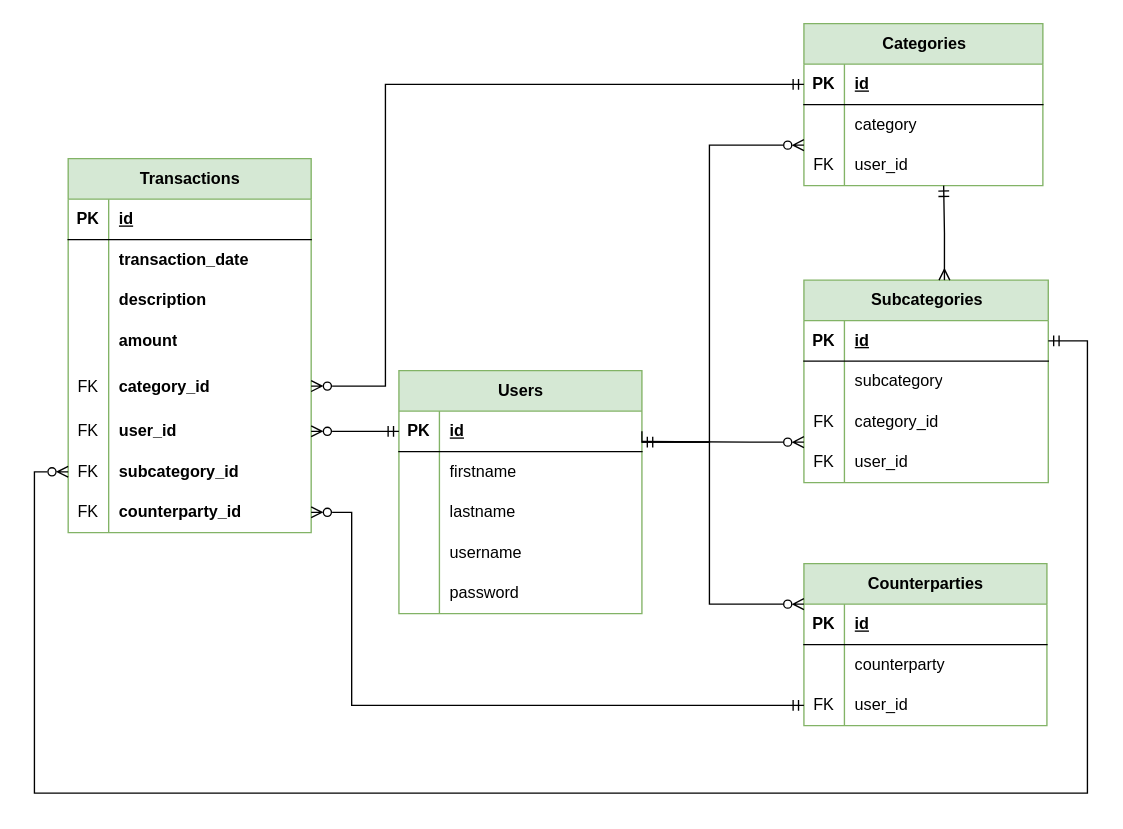
The draw.io diagram ERDiagram.drawio in lunaf-github/smartbudget, before the edit. Source tidied: cells renumbered, new cells numbered last; positions are measured from the earlier drawing's top-left corner, leaving out a move shared by most shapes. Both pictures are drawn from the tidied source at 135%, with x=0, y=0 at pixel (34, 23).
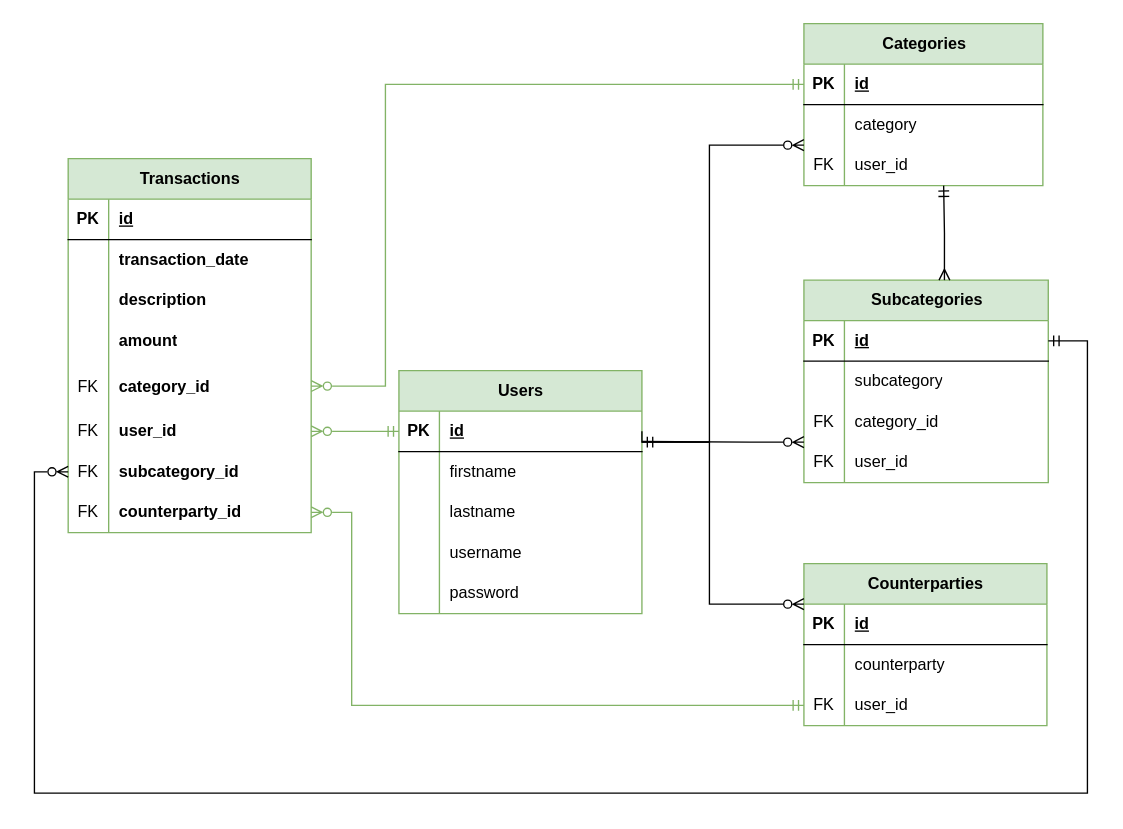
The same diagram, later.

The change refers to these unchanged cells:
```xml
<mxCell id="17" value="category_id" style="shape=partialRectangle;fillColor=none;top=0;left=0;bottom=0;right=0;align=left;spacingLeft=6;overflow=hidden;whiteSpace=wrap;html=1;fontStyle=1;" parent="15" vertex="1">
  <mxGeometry x="30" width="150" height="37" as="geometry" />
</mxCell>
<mxCell id="20" value="user_id" style="shape=partialRectangle;fillColor=none;top=0;left=0;bottom=0;right=0;align=left;spacingLeft=6;overflow=hidden;whiteSpace=wrap;html=1;fontStyle=1;" parent="18" vertex="1">
  <mxGeometry x="30" width="150" height="30" as="geometry" />
</mxCell>
<mxCell id="26" value="counterparty_id" style="shape=partialRectangle;fillColor=none;top=0;left=0;bottom=0;right=0;align=left;spacingLeft=6;overflow=hidden;whiteSpace=wrap;html=1;fontStyle=1;" parent="24" vertex="1">
  <mxGeometry x="30" width="150" height="30" as="geometry" />
</mxCell>
<mxCell id="28" style="shape=tableRow;horizontal=0;startSize=0;swimlaneHead=0;swimlaneBody=0;fillColor=none;points=[[0,0.5],[1,0.5]];portConstraint=eastwest;top=0;left=0;right=0;bottom=1;" parent="27" vertex="1">
  <mxGeometry y="30" width="177" height="30" as="geometry" />
</mxCell>
<mxCell id="60" value="FK" style="shape=partialRectangle;fillColor=none;top=0;left=0;bottom=0;right=0;overflow=hidden;whiteSpace=wrap;html=1;" parent="59" vertex="1">
  <mxGeometry width="30" height="30" as="geometry" />
</mxCell>
<mxCell id="66" value="PK" style="shape=partialRectangle;fillColor=none;top=0;left=0;bottom=0;right=0;fontStyle=1;overflow=hidden;whiteSpace=wrap;html=1;" parent="65" vertex="1">
  <mxGeometry width="30" height="30" as="geometry" />
</mxCell>
```

The edit, as a diff of the source:
```diff
@@
-    <mxCell id="51" style="edgeStyle=orthogonalEdgeStyle;rounded=0;jettySize=auto;html=1;exitX=0;exitY=0.5;exitDx=0;exitDy=0;entryX=1;entryY=0.5;entryDx=0;entryDy=0;endArrow=ERzeroToMany;endFill=0;startArrow=ERmandOne;startFill=0;" parent="1" edge="1" source="28" target="17">
+    <mxCell id="51" style="edgeStyle=orthogonalEdgeStyle;rounded=0;jettySize=auto;html=1;exitX=0;exitY=0.5;exitDx=0;exitDy=0;entryX=1;entryY=0.5;entryDx=0;entryDy=0;endArrow=ERzeroToMany;endFill=0;startArrow=ERmandOne;startFill=0;fillColor=#d5e8d4;strokeColor=#82b366;" parent="1" edge="1" source="28" target="17">
       <mxGeometry relative="1" as="geometry">
         <Array as="points">
           <mxPoint x="260" y="45" />
           <mxPoint x="260" y="269" />
         </Array>
       </mxGeometry>
     </mxCell>
@@
-    <mxCell id="62" style="edgeStyle=orthogonalEdgeStyle;rounded=0;jettySize=auto;html=1;exitX=0;exitY=0.5;exitDx=0;exitDy=0;entryX=1;entryY=0.5;entryDx=0;entryDy=0;endArrow=ERzeroToMany;endFill=0;startArrow=ERmandOne;startFill=0;" parent="1" edge="1" source="60" target="26">
+    <mxCell id="62" style="edgeStyle=orthogonalEdgeStyle;rounded=0;jettySize=auto;html=1;exitX=0;exitY=0.5;exitDx=0;exitDy=0;entryX=1;entryY=0.5;entryDx=0;entryDy=0;endArrow=ERzeroToMany;endFill=0;startArrow=ERmandOne;startFill=0;fillColor=#d5e8d4;strokeColor=#82b366;" parent="1" edge="1" source="60" target="26">
       <mxGeometry relative="1" as="geometry">
         <Array as="points">
           <mxPoint x="235" y="505" />
           <mxPoint x="235" y="362" />
         </Array>
       </mxGeometry>
     </mxCell>
@@
-    <mxCell id="80" style="edgeStyle=orthogonalEdgeStyle;rounded=0;hachureGap=4;jettySize=auto;html=1;exitX=1;exitY=0.5;exitDx=0;exitDy=0;entryX=0;entryY=0.5;entryDx=0;entryDy=0;fontFamily=Architects Daughter;startArrow=ERzeroToMany;startFill=0;endArrow=ERmandOne;endFill=0;" parent="1" edge="1" source="20" target="66">
+    <mxCell id="80" style="edgeStyle=orthogonalEdgeStyle;rounded=0;hachureGap=4;jettySize=auto;html=1;exitX=1;exitY=0.5;exitDx=0;exitDy=0;entryX=0;entryY=0.5;entryDx=0;entryDy=0;fontFamily=Architects Daughter;startArrow=ERzeroToMany;startFill=0;endArrow=ERmandOne;endFill=0;fillColor=#d5e8d4;strokeColor=#82b366;" parent="1" edge="1" source="20" target="66">
       <mxGeometry relative="1" as="geometry" />
     </mxCell>
```
